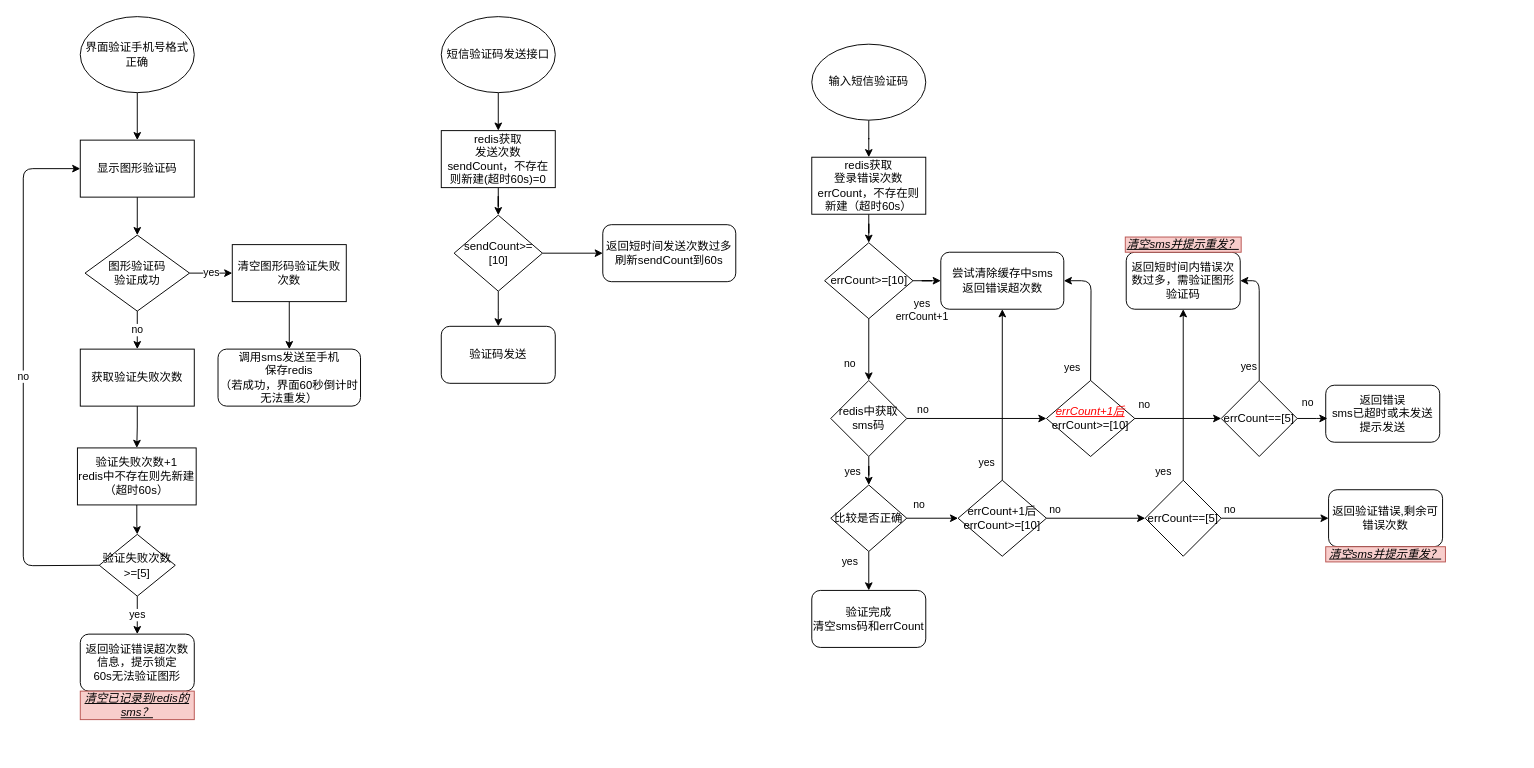
Earlier version of the draw.io diagram page "Copy of Copy of 1" (3 of 4) of Untitled Diagram.drawio (leehomda/firsttest). Source tidied: cells renumbered, new cells numbered last; positions are measured from the earlier drawing's top-left corner, leaving out a move shared by most shapes. Both pictures are drawn from the tidied source at 95%, with x=0, y=0 at pixel (23, 16).
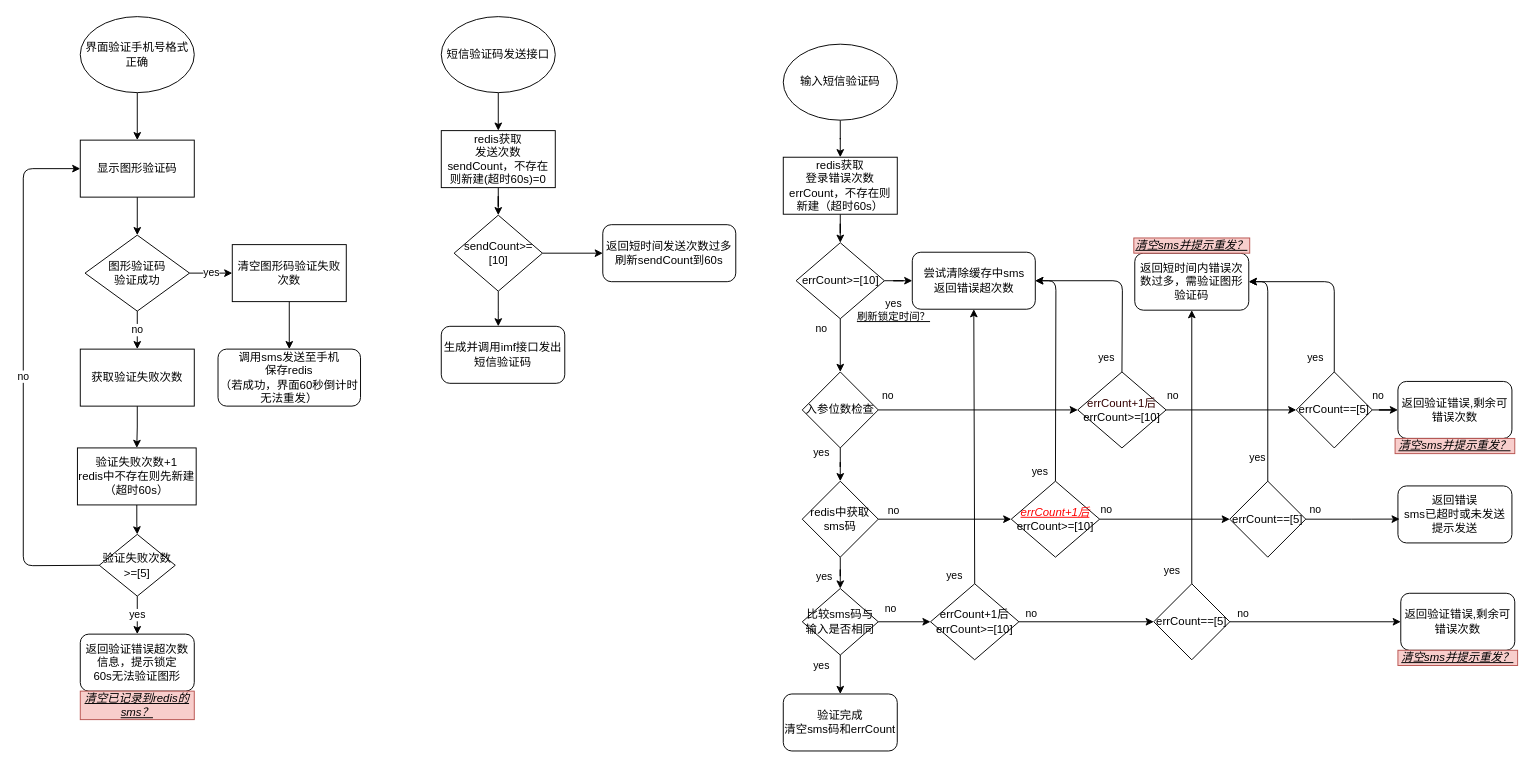
The same diagram, later.

Change to the diagram source:
```diff
@@
     <mxCell id="21" value="输入短信验证码" style="ellipse;whiteSpace=wrap;html=1;" parent="1" vertex="1">
-      <mxGeometry x="830" y="29" width="120" height="80" as="geometry" />
+      <mxGeometry x="800" y="29" width="120" height="80" as="geometry" />
     </mxCell>
     <mxCell id="22" value="验证完成&lt;br&gt;清空sms码和errCount" style="rounded=1;whiteSpace=wrap;html=1;" parent="1" vertex="1">
-      <mxGeometry x="830" y="604" width="120" height="60" as="geometry" />
+      <mxGeometry x="800" y="713" width="120" height="60" as="geometry" />
     </mxCell>
-    <mxCell id="23" value="no" style="edgeStyle=orthogonalEdgeStyle;rounded=0;jettySize=auto;html=1;exitX=0.5;exitY=1;exitDx=0;exitDy=0;" parent="1" edge="1" source="32" target="29">
-      <mxGeometry x="0.45" y="-20" relative="1" as="geometry" />
+    <mxCell id="23" value="no" style="edgeStyle=orthogonalEdgeStyle;rounded=0;jettySize=auto;html=1;exitX=0.5;exitY=1;exitDx=0;exitDy=0;" parent="1" edge="1" source="32" target="63">
+      <mxGeometry x="-0.61" y="-20" relative="1" as="geometry" />
     </mxCell>
@@
     <mxCell id="25" value="redis获取&lt;br&gt;登录错误次数errCount，不存在则新建（超时60s）" style="rounded=0;whiteSpace=wrap;html=1;" parent="1" vertex="1">
-      <mxGeometry x="830" y="148" width="120" height="60" as="geometry" />
+      <mxGeometry x="800" y="148" width="120" height="60" as="geometry" />
     </mxCell>
@@
-    <mxCell id="27" value="比较是否正确" style="rhombus;whiteSpace=wrap;html=1;" parent="1" vertex="1">
-      <mxGeometry x="850" y="493" width="80" height="70" as="geometry" />
+    <mxCell id="27" value="比较sms码与输入是否相同" style="rhombus;whiteSpace=wrap;html=1;" parent="1" vertex="1">
+      <mxGeometry x="820" y="602" width="80" height="70" as="geometry" />
     </mxCell>
@@
     <mxCell id="29" value="&lt;span&gt;redis中获取sms码&lt;br&gt;&lt;/span&gt;" style="rhombus;whiteSpace=wrap;html=1;" parent="1" vertex="1">
-      <mxGeometry x="850" y="383" width="80" height="80" as="geometry" />
+      <mxGeometry x="820" y="489" width="80" height="80" as="geometry" />
     </mxCell>
@@
-    <mxCell id="31" value="yes&lt;br&gt;errCount+1" style="edgeStyle=orthogonalEdgeStyle;rounded=0;jettySize=auto;html=1;" parent="1" edge="1" source="32" target="35">
+    <mxCell id="31" value="yes&lt;br&gt;&lt;u&gt;刷新锁定时间？&lt;/u&gt;" style="edgeStyle=orthogonalEdgeStyle;rounded=0;jettySize=auto;html=1;" parent="1" edge="1" source="32" target="35">
       <mxGeometry x="0.21" y="-31" relative="1" as="geometry" />
     </mxCell>
     <mxCell id="32" value="errCount&amp;gt;=[10]" style="rhombus;whiteSpace=wrap;html=1;rounded=0;" parent="1" vertex="1">
-      <mxGeometry x="843.5" y="238" width="93" height="80" as="geometry" />
+      <mxGeometry x="813.5" y="238" width="93" height="80" as="geometry" />
     </mxCell>
     <mxCell id="33" value="&lt;span&gt;返回错误&lt;/span&gt;&lt;br&gt;&lt;span&gt;sms已超时或未发送&lt;br&gt;提示发送&lt;br&gt;&lt;/span&gt;" style="rounded=1;whiteSpace=wrap;html=1;" parent="1" vertex="1">
-      <mxGeometry x="1371" y="388" width="120" height="60" as="geometry" />
+      <mxGeometry x="1447" y="494" width="120" height="60" as="geometry" />
     </mxCell>
     <mxCell id="34" value="返回验证错误,剩余可错误次数" style="rounded=1;whiteSpace=wrap;html=1;" parent="1" vertex="1">
-      <mxGeometry x="1374" y="498" width="120" height="60" as="geometry" />
+      <mxGeometry x="1450" y="607" width="120" height="60" as="geometry" />
     </mxCell>
     <mxCell id="35" value="尝试清除缓存中sms&lt;br&gt;返回错误超次数" style="rounded=1;whiteSpace=wrap;html=1;" parent="1" vertex="1">
-      <mxGeometry x="965.8" y="248" width="129.5" height="60" as="geometry" />
+      <mxGeometry x="935.8" y="248" width="129.5" height="60" as="geometry" />
     </mxCell>
     <mxCell id="36" value="&lt;i&gt;&lt;font color=&quot;#ff0000&quot;&gt;&lt;u&gt;errCount+1后&lt;/u&gt;&lt;/font&gt;&lt;br&gt;&lt;/i&gt;errCount&amp;gt;=[10]" style="rhombus;whiteSpace=wrap;html=1;rounded=0;" parent="1" vertex="1">
-      <mxGeometry x="1077" y="383" width="93" height="80" as="geometry" />
+      <mxGeometry x="1040" y="489" width="93" height="80" as="geometry" />
     </mxCell>
     <mxCell id="37" value="errCount+1后&lt;br&gt;errCount&amp;gt;=[10]" style="rhombus;whiteSpace=wrap;html=1;rounded=0;" parent="1" vertex="1">
-      <mxGeometry x="984" y="488" width="93" height="80" as="geometry" />
+      <mxGeometry x="955" y="597" width="93" height="80" as="geometry" />
     </mxCell>
@@
-    <mxCell id="40" value="no" style="endArrow=classic;html=1;exitX=1;exitY=0.5;exitDx=0;exitDy=0;entryX=0;entryY=0.5;entryDx=0;entryDy=0;" parent="1" edge="1" source="36" target="55">
-      <mxGeometry x="-0.78" y="14" relative="1" as="geometry" />
+    <mxCell id="40" value="no" style="endArrow=classic;html=1;exitX=1;exitY=0.5;exitDx=0;exitDy=0;entryX=0;entryY=0.5;entryDx=0;entryDy=0;" parent="1" edge="1" target="55">
+      <mxGeometry x="1" y="-130" relative="1" as="geometry">
+        <mxPoint x="1287" y="529" as="sourcePoint" />
+        <mxPoint x="-130" y="120" as="offset" />
+      </mxGeometry>
     </mxCell>
@@
     <mxCell id="42" value="yes" style="endArrow=classic;html=1;exitX=0.5;exitY=0;exitDx=0;exitDy=0;entryX=1;entryY=0.5;entryDx=0;entryDy=0;" parent="1" edge="1" source="36" target="35">
-      <mxGeometry x="-0.81" y="20" relative="1" as="geometry">
+      <mxGeometry x="-0.91" y="17" relative="1" as="geometry">
         <Array as="points">
-          <mxPoint x="1124" y="278" />
+          <mxPoint x="1087" y="278" />
         </Array>
       </mxGeometry>
     </mxCell>
     <mxCell id="43" value="yes" style="endArrow=classic;html=1;exitX=0.5;exitY=0;exitDx=0;exitDy=0;entryX=0.5;entryY=1;entryDx=0;entryDy=0;" parent="1" edge="1" source="37" target="35">
-      <mxGeometry x="-0.8" y="17" relative="1" as="geometry" />
+      <mxGeometry x="-0.94" y="21" relative="1" as="geometry" />
     </mxCell>
     <mxCell id="44" value="&lt;span&gt;&lt;i&gt;&lt;u&gt;清空sms并提示重发？&lt;/u&gt;&lt;/i&gt;&lt;/span&gt;" style="rounded=0;whiteSpace=wrap;html=1;fillColor=#f8cecc;strokeColor=#b85450;" parent="1" vertex="1">
-      <mxGeometry x="1371" y="558" width="126" height="16" as="geometry" />
+      <mxGeometry x="1447" y="667" width="126" height="16" as="geometry" />
     </mxCell>
@@
-    <mxCell id="53" value="&lt;span&gt;验证码发送&lt;/span&gt;" style="rounded=1;whiteSpace=wrap;html=1;" parent="1" vertex="1">
-      <mxGeometry x="440" y="326" width="120" height="60" as="geometry" />
+    <mxCell id="53" value="&lt;span&gt;生成并调用imf接口发出&lt;br&gt;短信验证码&lt;/span&gt;" style="rounded=1;whiteSpace=wrap;html=1;" parent="1" vertex="1">
+      <mxGeometry x="440" y="326" width="130" height="60" as="geometry" />
     </mxCell>
     <mxCell id="54" value="no" style="edgeStyle=orthogonalEdgeStyle;rounded=0;jettySize=auto;html=1;entryX=0.015;entryY=0.582;entryDx=0;entryDy=0;entryPerimeter=0;" parent="1" edge="1" source="55" target="33">
-      <mxGeometry x="-0.44" y="14" relative="1" as="geometry">
-        <mxPoint x="2" y="-3" as="offset" />
-      </mxGeometry>
+      <mxGeometry x="-0.79" y="10" relative="1" as="geometry" />
     </mxCell>
     <mxCell id="55" value="&lt;span&gt;errCount==[5]&lt;/span&gt;" style="rhombus;whiteSpace=wrap;html=1;" parent="1" vertex="1">
-      <mxGeometry x="1261" y="383" width="80" height="80" as="geometry" />
+      <mxGeometry x="1270" y="489" width="80" height="80" as="geometry" />
     </mxCell>
@@
     <mxCell id="57" value="&lt;span&gt;errCount==[5]&lt;/span&gt;" style="rhombus;whiteSpace=wrap;html=1;" parent="1" vertex="1">
-      <mxGeometry x="1181" y="488" width="80" height="80" as="geometry" />
+      <mxGeometry x="1190" y="597" width="80" height="80" as="geometry" />
     </mxCell>
     <mxCell id="58" value="返回短时间内错误次数过多，需验证图形验证码" style="rounded=1;whiteSpace=wrap;html=1;" parent="1" vertex="1">
-      <mxGeometry x="1161" y="248" width="120" height="60" as="geometry" />
+      <mxGeometry x="1170" y="249" width="120" height="60" as="geometry" />
     </mxCell>
@@
     <mxCell id="60" value="yes" style="endArrow=classic;html=1;exitX=0.5;exitY=0;exitDx=0;exitDy=0;entryX=1;entryY=0.5;entryDx=0;entryDy=0;" parent="1" edge="1" source="55" target="58">
       <mxGeometry x="-0.78" y="11" relative="1" as="geometry">
         <Array as="points">
-          <mxPoint x="1301" y="278" />
+          <mxPoint x="1310" y="279" />
         </Array>
       </mxGeometry>
     </mxCell>
     <mxCell id="61" value="&lt;span&gt;&lt;i&gt;&lt;u&gt;清空sms并提示重发？&lt;/u&gt;&lt;/i&gt;&lt;/span&gt;" style="rounded=0;whiteSpace=wrap;html=1;fillColor=#f8cecc;strokeColor=#b85450;" parent="1" vertex="1">
-      <mxGeometry x="1160" y="232" width="122" height="16" as="geometry" />
+      <mxGeometry x="1169" y="233" width="122" height="16" as="geometry" />
     </mxCell>
+    <mxCell id="62" value="yes" style="edgeStyle=orthogonalEdgeStyle;rounded=0;jettySize=auto;html=1;" parent="1" edge="1" source="63" target="29">
+      <mxGeometry x="-0.78" y="-20" relative="1" as="geometry" />
+    </mxCell>
+    <mxCell id="63" value="入参位数检查" style="rhombus;whiteSpace=wrap;html=1;align=center;verticalAlign=middle;" parent="1" vertex="1">
+      <mxGeometry x="820" y="374" width="80" height="80" as="geometry" />
+    </mxCell>
+    <mxCell id="64" value="&lt;span&gt;&lt;font color=&quot;#330000&quot;&gt;&lt;span&gt;errCount+1后&lt;/span&gt;&lt;br&gt;&lt;/font&gt;&lt;/span&gt;errCount&amp;gt;=[10]" style="rhombus;whiteSpace=wrap;html=1;rounded=0;fontStyle=0;" parent="1" vertex="1">
+      <mxGeometry x="1110" y="374" width="93" height="80" as="geometry" />
+    </mxCell>
+    <mxCell id="65" value="no" style="endArrow=classic;html=1;exitX=1;exitY=0.5;exitDx=0;exitDy=0;entryX=0;entryY=0.5;entryDx=0;entryDy=0;" parent="1" edge="1" source="63" target="64">
+      <mxGeometry x="-0.9" y="15" relative="1" as="geometry" />
+    </mxCell>
+    <mxCell id="66" value="no" style="edgeStyle=orthogonalEdgeStyle;rounded=0;jettySize=auto;html=1;entryX=0;entryY=0.5;entryDx=0;entryDy=0;" parent="1" edge="1" source="67" target="70">
+      <mxGeometry x="-0.79" y="15" relative="1" as="geometry" />
+    </mxCell>
+    <mxCell id="67" value="&lt;span&gt;errCount==[5]&lt;/span&gt;" style="rhombus;whiteSpace=wrap;html=1;" parent="1" vertex="1">
+      <mxGeometry x="1340" y="374" width="80" height="80" as="geometry" />
+    </mxCell>
+    <mxCell id="68" value="no" style="endArrow=classic;html=1;entryX=0;entryY=0.5;entryDx=0;entryDy=0;exitX=1;exitY=0.5;exitDx=0;exitDy=0;" parent="1" edge="1" source="64" target="67">
+      <mxGeometry x="-0.9" y="15" relative="1" as="geometry" />
+    </mxCell>
+    <mxCell id="69" style="endArrow=classic;html=1;exitX=1;exitY=0.5;exitDx=0;exitDy=0;entryX=0;entryY=0.5;entryDx=0;entryDy=0;" parent="1" edge="1" source="36" target="55">
+      <mxGeometry relative="1" as="geometry" />
+    </mxCell>
+    <mxCell id="70" value="返回验证错误,剩余可错误次数" style="rounded=1;whiteSpace=wrap;html=1;" parent="1" vertex="1">
+      <mxGeometry x="1447" y="384" width="120" height="60" as="geometry" />
+    </mxCell>
+    <mxCell id="71" value="&lt;span&gt;&lt;i&gt;&lt;u&gt;清空sms并提示重发？&lt;/u&gt;&lt;/i&gt;&lt;/span&gt;" style="rounded=0;whiteSpace=wrap;html=1;fillColor=#f8cecc;strokeColor=#b85450;" parent="1" vertex="1">
+      <mxGeometry x="1444" y="444" width="126" height="16" as="geometry" />
+    </mxCell>
+    <mxCell id="72" value="yes" style="endArrow=classic;html=1;exitX=0.5;exitY=0;exitDx=0;exitDy=0;entryX=1;entryY=0.5;entryDx=0;entryDy=0;" parent="1" edge="1" source="67" target="58">
+      <mxGeometry x="-0.84" y="20" relative="1" as="geometry">
+        <Array as="points">
+          <mxPoint x="1380" y="279" />
+        </Array>
+      </mxGeometry>
+    </mxCell>
+    <mxCell id="73" value="yes" style="endArrow=classic;html=1;exitX=0.5;exitY=0;exitDx=0;exitDy=0;entryX=1;entryY=0.5;entryDx=0;entryDy=0;" parent="1" edge="1" source="64" target="35">
+      <mxGeometry x="-0.84" y="17" relative="1" as="geometry">
+        <Array as="points">
+          <mxPoint x="1157" y="278" />
+        </Array>
+      </mxGeometry>
+    </mxCell>
```
